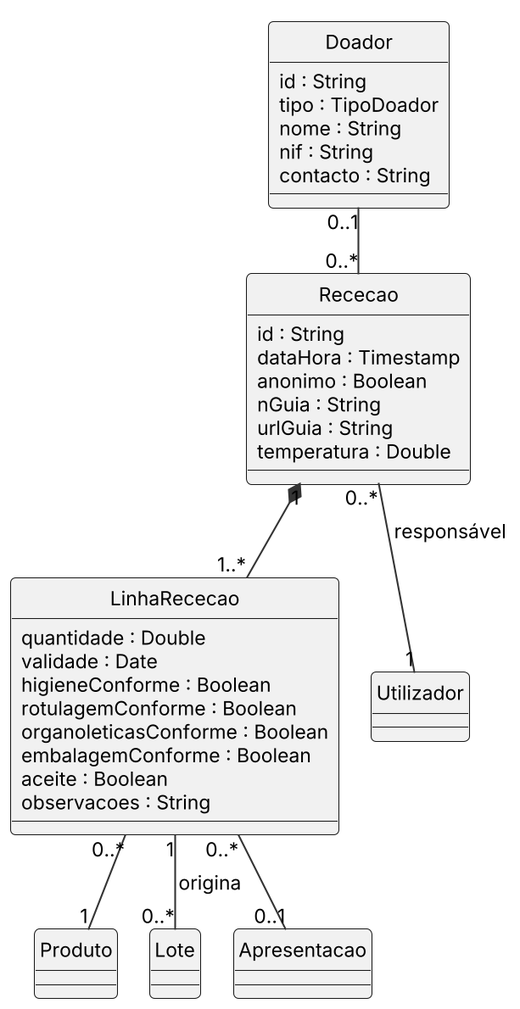
The PlantUML diagram Docs/diagramas/cl_rececao.png in Miguel31028/GASC, before a commit.
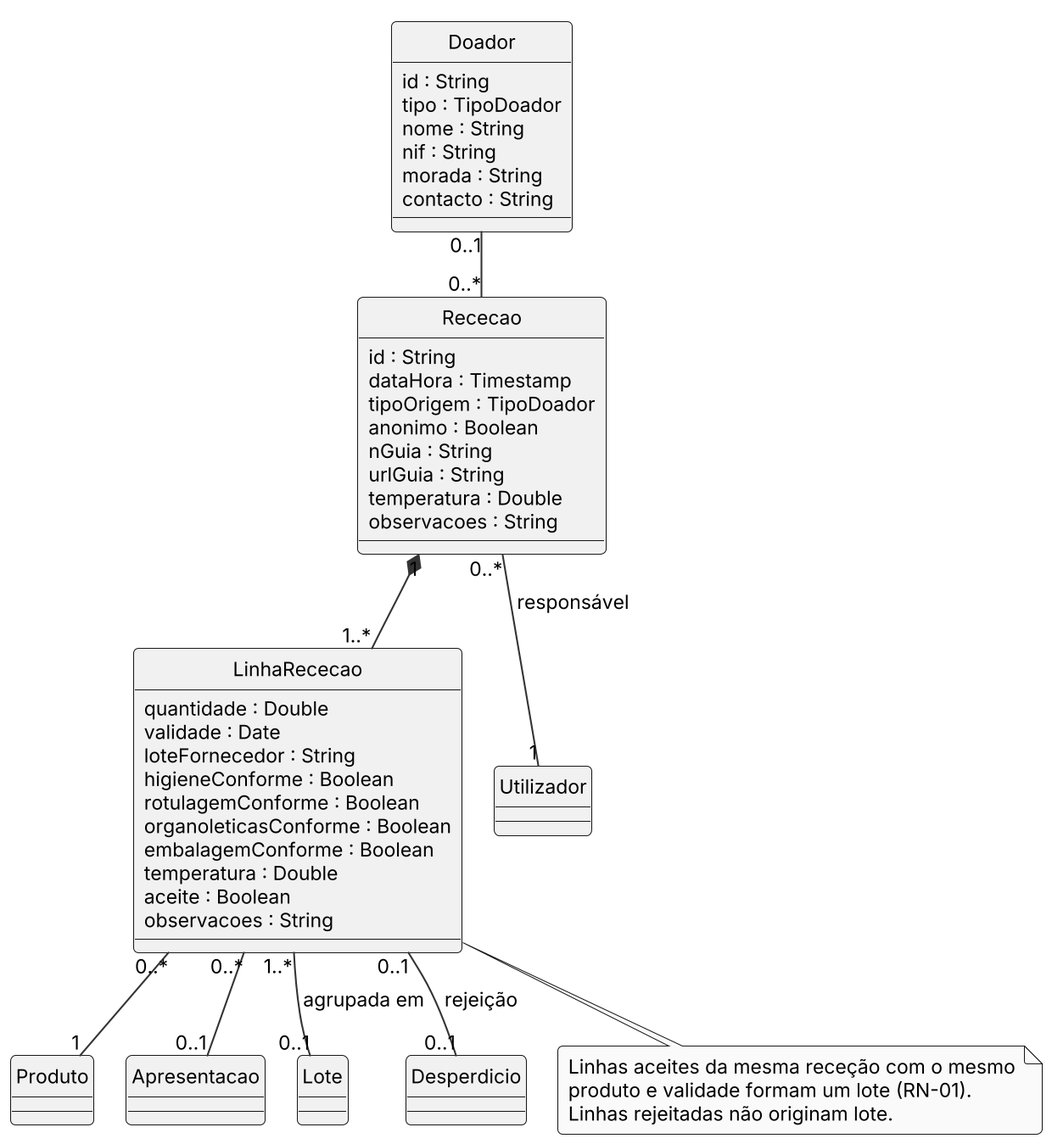
Above is the later version.

Diff of the diagram source:
```diff
@@ -7,34 +7,42 @@
   tipo : TipoDoador
   nome : String
   nif : String
+  morada : String
   contacto : String
 }
 class Rececao {
   id : String
   dataHora : Timestamp
+  tipoOrigem : TipoDoador
   anonimo : Boolean
   nGuia : String
   urlGuia : String
   temperatura : Double
+  observacoes : String
 }
 class LinhaRececao {
   quantidade : Double
   validade : Date
+  loteFornecedor : String
   higieneConforme : Boolean
   rotulagemConforme : Boolean
   organoleticasConforme : Boolean
   embalagemConforme : Boolean
+  temperatura : Double
   aceite : Boolean
   observacoes : String
 }
 class Produto
+class Apresentacao
 class Lote
+class Desperdicio
 class Utilizador
-class Apresentacao
 Doador "0..1" -- "0..*" Rececao
 Rececao "1" *-- "1..*" LinhaRececao
 LinhaRececao "0..*" -- "1" Produto
 LinhaRececao "0..*" -- "0..1" Apresentacao
-LinhaRececao "1" -- "0..*" Lote : origina >
+LinhaRececao "1..*" -- "0..1" Lote : agrupada em >
+LinhaRececao "0..1" -- "0..1" Desperdicio : rejeição >
 Rececao "0..*" -- "1" Utilizador : responsável >
+note bottom of LinhaRececao : Linhas aceites da mesma receção com o mesmo\nproduto e validade formam um lote (RN-01).\nLinhas rejeitadas não originam lote.
 @enduml
```
